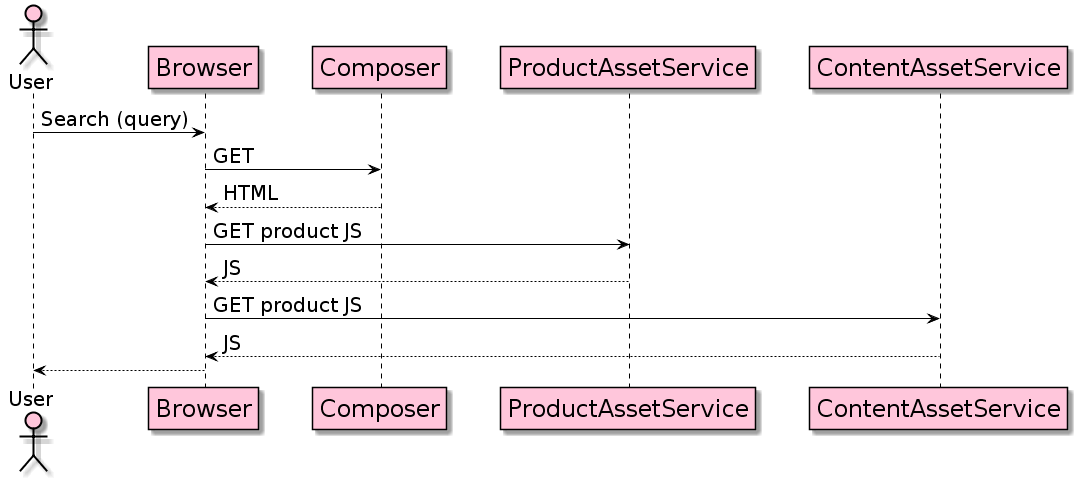
Above: _doc/sequence_1.png in denise-schaefer/micro-frontends (PlantUML), before the change.
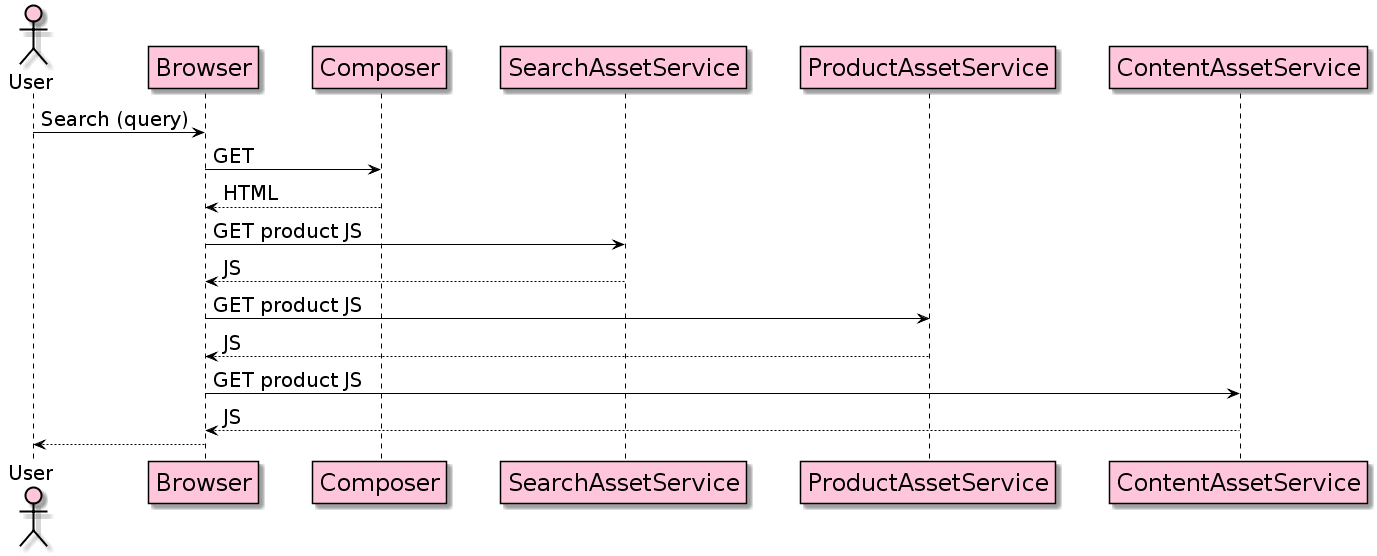
Above is the later version.

Diff of the diagram source:
```diff
@@ -21,6 +21,8 @@
 User -> Browser : Search (query)
 Browser -> Composer: GET
 Browser <-- Composer: HTML
+Browser -> SearchAssetService: GET product JS
+Browser <-- SearchAssetService: JS
 Browser -> ProductAssetService: GET product JS
 Browser <-- ProductAssetService: JS
 Browser -> ContentAssetService: GET product JS
```
